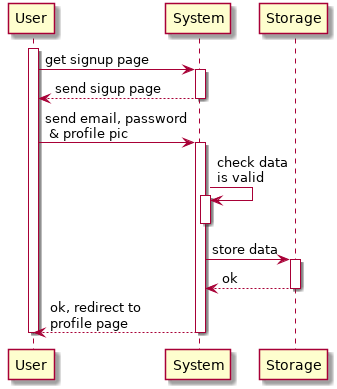
Above: RASD/images/useCases/sign_up.png in GiorgioUghini/SafeStreets (PlantUML), before the change. Its diagram source:
```plantuml
@startuml sign_up
    autoactivate on

    participant User as U
    participant System as S
    participant Storage as ST

    activate U
    U -> S: get signup page
    return send sigup page
    U -> S: send email, password\n & profile pic
    S -> S: check data\nis valid
    deactivate S
    S -> ST: store data
    return ok
    return ok, redirect to\nprofile page
    deactivate U
@enduml
```
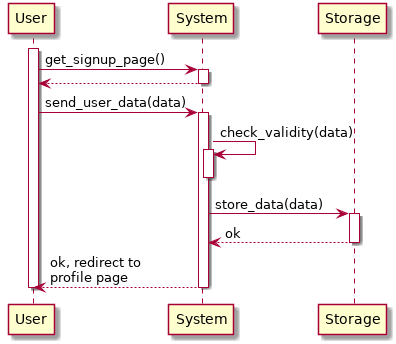
The same diagram one commit later.

What changed in the source:
```diff
@@ -6,12 +6,12 @@
     participant Storage as ST
 
     activate U
-    U -> S: get signup page
-    return send sigup page
-    U -> S: send email, password\n & profile pic
-    S -> S: check data\nis valid
+    U -> S: get_signup_page()
+    return
+    U -> S: send_user_data(data)
+    S -> S: check_validity(data)
     deactivate S
-    S -> ST: store data
+    S -> ST: store_data(data)
     return ok
     return ok, redirect to\nprofile page
     deactivate U
```
